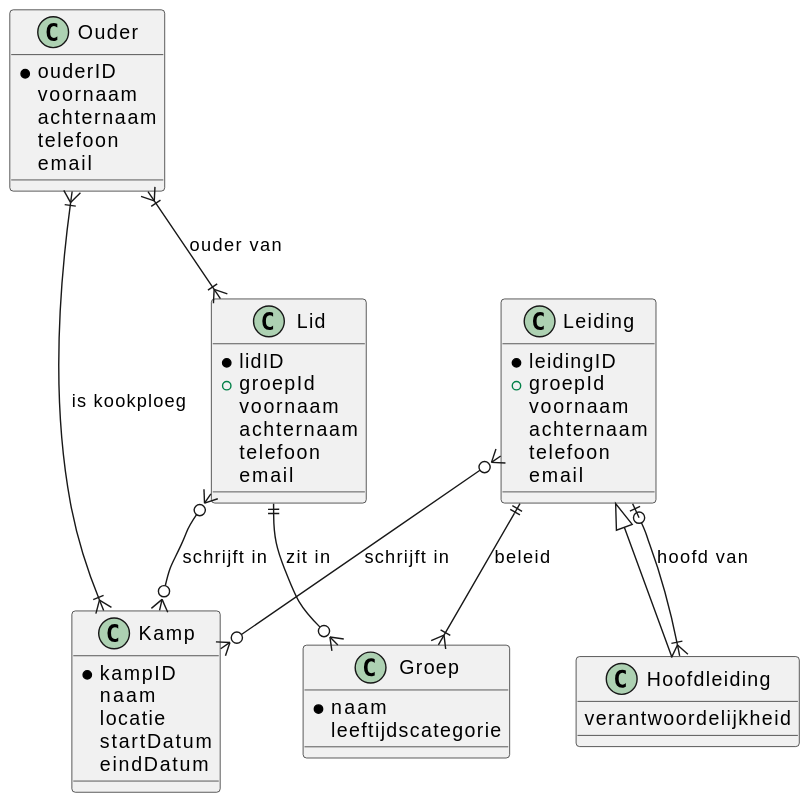
Earlier version of the PlantUML export images/response.svg (matteovdr/frontendweb-2526-mateo-kobe).
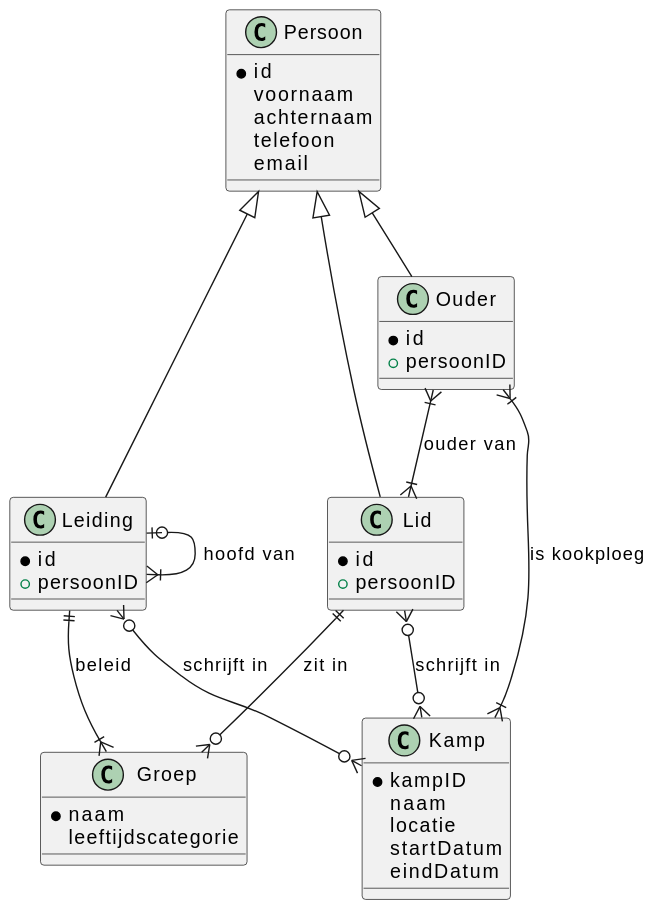
After the change.

Commit message:
erd verwerkt na feedback lector

What changed in the source:
```diff
@@ -1,32 +1,24 @@
 @startuml
-class Ouder {
-    *ouderID
+class Persoon {
+    *id
     voornaam
     achternaam
     telefoon
     email
 }
+class Ouder {
+    *id
+    +persoonID
+}
 
 class Lid {
-    *lidID
-    +groepId
-    voornaam
-    achternaam
-    telefoon
-    email
+    *id
+    +persoonID
 }
 
 class Leiding {
-    *leidingID
-    +groepId
-    voornaam
-    achternaam
-    telefoon
-    email
-}
-
-class Hoofdleiding {
-    verantwoordelijkheid
+    *id
+    +persoonID
 }
 
 class Groep {
@@ -49,7 +41,9 @@
 Lid ||--o{ Groep : zit in
 Leiding }o--o{ Kamp : schrijft in
 Leiding ||--|{ Groep : beleid
-Hoofdleiding }|--o| Leiding : hoofd van
+Leiding |o--|{ Leiding : hoofd van
 
-Leiding <|-- Hoofdleiding
+Persoon <|-- Lid
+Persoon <|-- Ouder
+Persoon <|-- Leiding
 @enduml
```
